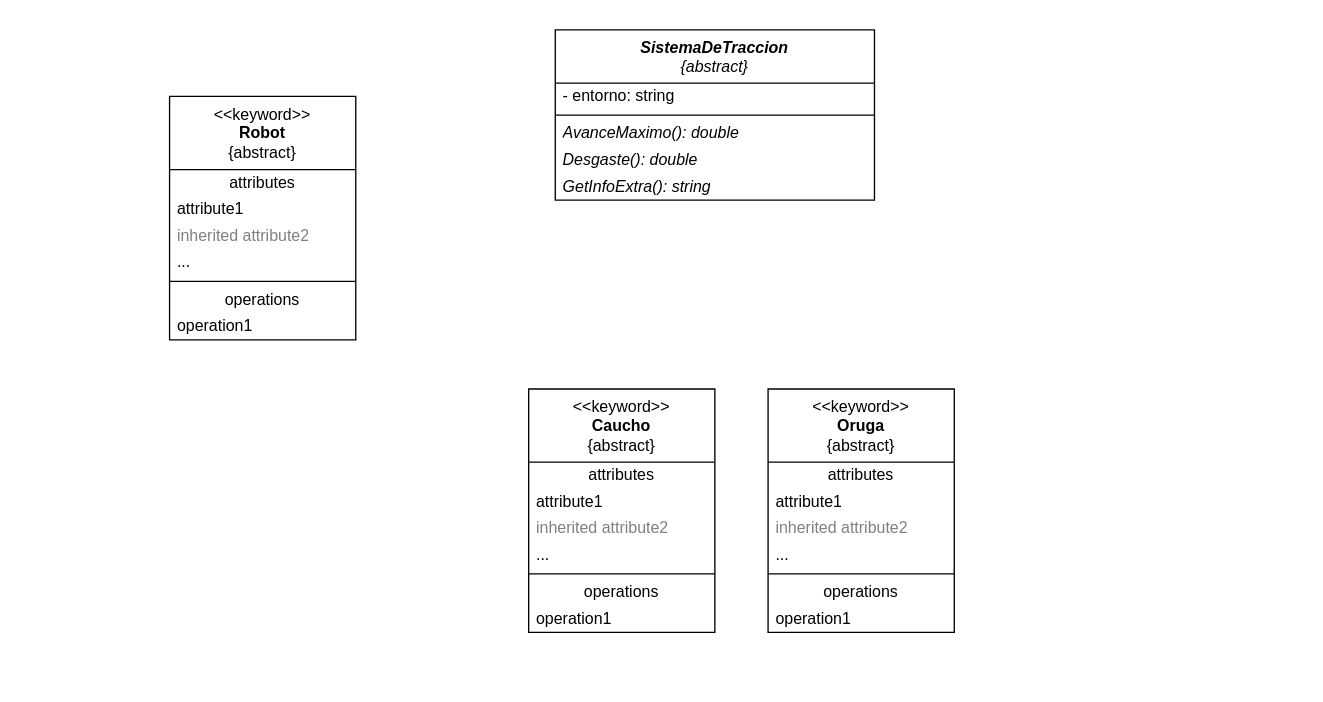
Above: src/Guia01/EJ13/01EJ13CS.dio in gastonjavierricchiardi/ejercicios-csharp-utn-2026 (draw.io), before the change. Source tidied: cells renumbered, new cells numbered last; positions are measured from the earlier drawing's top-left corner, leaving out a move shared by most shapes. Both pictures are drawn from the tidied source at 133%, with x=0, y=0 at pixel (169, 29).
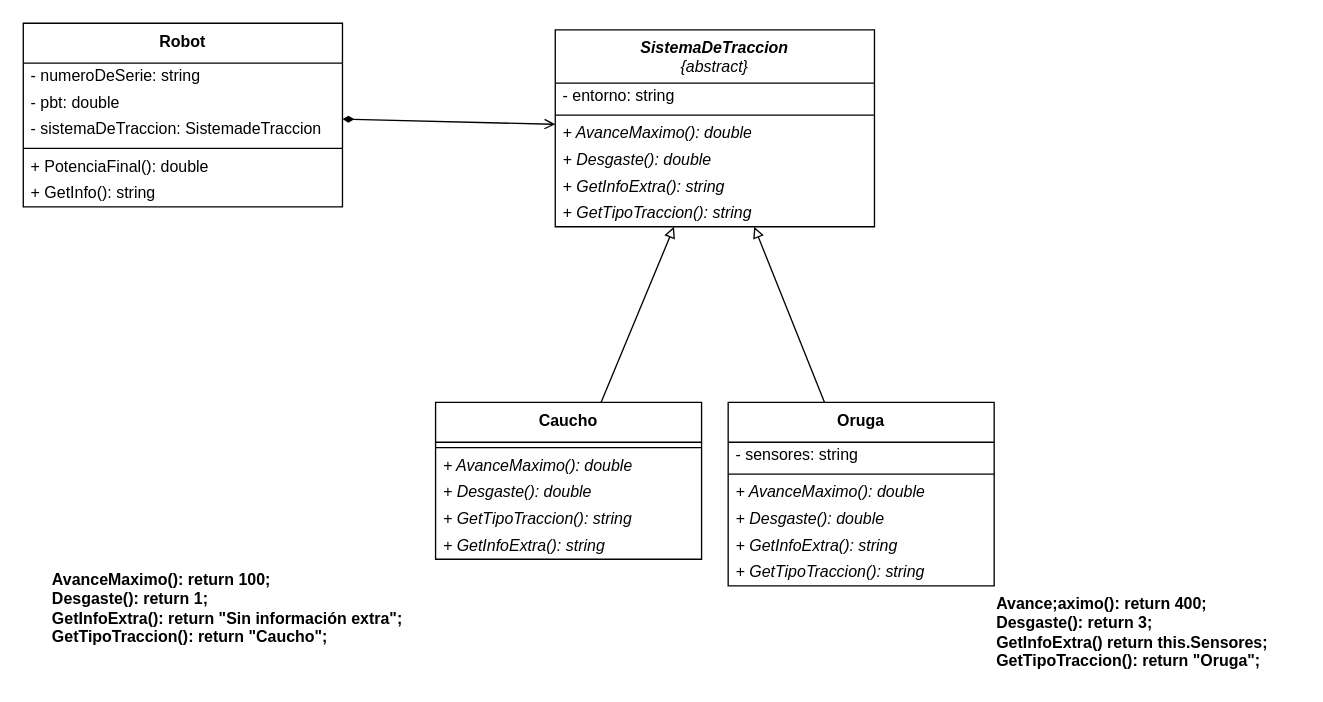
The same diagram, later.

Change to the diagram source:
```diff
@@
     <mxCell id="2" value="&lt;i&gt;&lt;b&gt;SistemaDeTraccion&lt;/b&gt;&lt;br&gt;{abstract}&lt;/i&gt;" style="swimlane;fontStyle=0;align=center;verticalAlign=top;horizontal=1;startSize=40;html=1;whiteSpace=wrap;" parent="1" vertex="1">
-      <mxGeometry x="290" width="240" height="128" as="geometry" />
+      <mxGeometry x="290" width="240" height="148" as="geometry" />
     </mxCell>
@@
-    <mxCell id="5" value="AvanceMaximo(): double" style="text;html=1;strokeColor=none;fillColor=none;align=left;verticalAlign=middle;spacingLeft=4;spacingRight=4;overflow=hidden;whiteSpace=wrap;fontStyle=2;" parent="2" vertex="1">
+    <mxCell id="5" value="+ AvanceMaximo(): double" style="text;html=1;strokeColor=none;fillColor=none;align=left;verticalAlign=middle;spacingLeft=4;spacingRight=4;overflow=hidden;whiteSpace=wrap;fontStyle=2;" parent="2" vertex="1">
       <mxGeometry y="68" width="240" height="20" as="geometry" />
     </mxCell>
-    <mxCell id="6" value="Desgaste(): double" style="text;html=1;strokeColor=none;fillColor=none;align=left;verticalAlign=middle;spacingLeft=4;spacingRight=4;overflow=hidden;whiteSpace=wrap;fontStyle=2;" parent="2" vertex="1">
+    <mxCell id="6" value="+ Desgaste(): double" style="text;html=1;strokeColor=none;fillColor=none;align=left;verticalAlign=middle;spacingLeft=4;spacingRight=4;overflow=hidden;whiteSpace=wrap;fontStyle=2;" parent="2" vertex="1">
       <mxGeometry y="88" width="240" height="20" as="geometry" />
     </mxCell>
-    <mxCell id="7" value="GetInfoExtra(): string" style="text;html=1;strokeColor=none;fillColor=none;align=left;verticalAlign=middle;spacingLeft=4;spacingRight=4;overflow=hidden;whiteSpace=wrap;fontStyle=2;" parent="2" vertex="1">
+    <mxCell id="7" value="+ GetInfoExtra(): string" style="text;html=1;strokeColor=none;fillColor=none;align=left;verticalAlign=middle;spacingLeft=4;spacingRight=4;overflow=hidden;whiteSpace=wrap;fontStyle=2;" parent="2" vertex="1">
       <mxGeometry y="108" width="240" height="20" as="geometry" />
     </mxCell>
+    <mxCell id="32" value="+ GetTipoTraccion(): string" style="text;html=1;strokeColor=none;fillColor=none;align=left;verticalAlign=middle;spacingLeft=4;spacingRight=4;overflow=hidden;whiteSpace=wrap;fontStyle=2;" parent="2" vertex="1">
+      <mxGeometry y="128" width="240" height="20" as="geometry" />
+    </mxCell>
+    <mxCell id="33" style="edgeStyle=none;html=1;endArrow=block;endFill=0;" parent="1" edge="1" source="8" target="2">
+      <mxGeometry relative="1" as="geometry" />
+    </mxCell>
-    <mxCell id="8" value="&amp;lt;&amp;lt;keyword&amp;gt;&amp;gt;&lt;br&gt;&lt;b&gt;Caucho&lt;/b&gt;&lt;br&gt;{abstract}" style="swimlane;fontStyle=0;align=center;verticalAlign=top;horizontal=1;startSize=55;html=1;whiteSpace=wrap;" parent="1" vertex="1">
-      <mxGeometry x="270" y="270" width="140" height="183" as="geometry" />
+    <mxCell id="8" value="&lt;b&gt;Caucho&lt;/b&gt;" style="swimlane;fontStyle=0;align=center;verticalAlign=top;horizontal=1;startSize=30;html=1;whiteSpace=wrap;" parent="1" vertex="1">
+      <mxGeometry x="200" y="280" width="200" height="118" as="geometry" />
     </mxCell>
-    <mxCell id="9" value="attributes" style="text;html=1;strokeColor=none;fillColor=none;align=center;verticalAlign=middle;spacingLeft=4;spacingRight=4;overflow=hidden;whiteSpace=wrap;" parent="8" vertex="1">
-      <mxGeometry y="55" width="140" height="20" as="geometry" />
-    </mxCell>
-    <mxCell id="10" value="attribute1" style="text;html=1;strokeColor=none;fillColor=none;align=left;verticalAlign=middle;spacingLeft=4;spacingRight=4;overflow=hidden;whiteSpace=wrap;" parent="8" vertex="1">
-      <mxGeometry y="75" width="140" height="20" as="geometry" />
-    </mxCell>
-    <mxCell id="11" value="inherited attribute2" style="text;html=1;strokeColor=none;fillColor=none;align=left;verticalAlign=middle;spacingLeft=4;spacingRight=4;overflow=hidden;fontColor=#808080;whiteSpace=wrap;" parent="8" vertex="1">
-      <mxGeometry y="95" width="140" height="20" as="geometry" />
-    </mxCell>
-    <mxCell id="12" value="..." style="text;html=1;strokeColor=none;fillColor=none;align=left;verticalAlign=middle;spacingLeft=4;spacingRight=4;overflow=hidden;whiteSpace=wrap;" parent="8" vertex="1">
-      <mxGeometry y="115" width="140" height="20" as="geometry" />
-    </mxCell>
     <mxCell id="13" style="line;strokeWidth=1;fillColor=none;align=left;verticalAlign=middle;spacingTop=-1;spacingLeft=3;spacingRight=3;labelPosition=right;" parent="8" vertex="1">
-      <mxGeometry y="135" width="140" height="8" as="geometry" />
+      <mxGeometry y="30" width="200" height="8" as="geometry" />
     </mxCell>
-    <mxCell id="14" value="operations" style="text;html=1;strokeColor=none;fillColor=none;align=center;verticalAlign=middle;spacingLeft=4;spacingRight=4;overflow=hidden;whiteSpace=wrap;" parent="8" vertex="1">
-      <mxGeometry y="143" width="140" height="20" as="geometry" />
-    </mxCell>
-    <mxCell id="15" value="operation1" style="text;html=1;strokeColor=none;fillColor=none;align=left;verticalAlign=middle;spacingLeft=4;spacingRight=4;overflow=hidden;whiteSpace=wrap;" parent="8" vertex="1">
-      <mxGeometry y="163" width="140" height="20" as="geometry" />
-    </mxCell>
+    <mxCell id="34" value="+ AvanceMaximo(): double" style="text;html=1;strokeColor=none;fillColor=none;align=left;verticalAlign=middle;spacingLeft=4;spacingRight=4;overflow=hidden;whiteSpace=wrap;fontStyle=2;" parent="8" vertex="1">
+      <mxGeometry y="38" width="200" height="20" as="geometry" />
+    </mxCell>
+    <mxCell id="35" value="+ Desgaste(): double" style="text;html=1;strokeColor=none;fillColor=none;align=left;verticalAlign=middle;spacingLeft=4;spacingRight=4;overflow=hidden;whiteSpace=wrap;fontStyle=2;" parent="8" vertex="1">
+      <mxGeometry y="58" width="200" height="20" as="geometry" />
+    </mxCell>
+    <mxCell id="36" value="+ GetTipoTraccion(): string" style="text;html=1;strokeColor=none;fillColor=none;align=left;verticalAlign=middle;spacingLeft=4;spacingRight=4;overflow=hidden;whiteSpace=wrap;fontStyle=2;" parent="8" vertex="1">
+      <mxGeometry y="78" width="200" height="20" as="geometry" />
+    </mxCell>
+    <mxCell id="37" value="+ GetInfoExtra(): string" style="text;html=1;strokeColor=none;fillColor=none;align=left;verticalAlign=middle;spacingLeft=4;spacingRight=4;overflow=hidden;whiteSpace=wrap;fontStyle=2;" parent="8" vertex="1">
+      <mxGeometry y="98" width="200" height="20" as="geometry" />
+    </mxCell>
+    <mxCell id="38" style="edgeStyle=none;html=1;endArrow=block;endFill=0;" parent="1" edge="1" source="16" target="2">
+      <mxGeometry relative="1" as="geometry" />
+    </mxCell>
-    <mxCell id="16" value="&amp;lt;&amp;lt;keyword&amp;gt;&amp;gt;&lt;br&gt;&lt;b&gt;Oruga&lt;/b&gt;&lt;div&gt;{abstract}&lt;/div&gt;" style="swimlane;fontStyle=0;align=center;verticalAlign=top;horizontal=1;startSize=55;html=1;whiteSpace=wrap;" parent="1" vertex="1">
-      <mxGeometry x="450" y="270" width="140" height="183" as="geometry" />
+    <mxCell id="16" value="&lt;b&gt;Oruga&lt;/b&gt;" style="swimlane;fontStyle=0;align=center;verticalAlign=top;horizontal=1;startSize=30;html=1;whiteSpace=wrap;" parent="1" vertex="1">
+      <mxGeometry x="420" y="280" width="200" height="138" as="geometry" />
     </mxCell>
-    <mxCell id="17" value="attributes" style="text;html=1;strokeColor=none;fillColor=none;align=center;verticalAlign=middle;spacingLeft=4;spacingRight=4;overflow=hidden;whiteSpace=wrap;" parent="16" vertex="1">
-      <mxGeometry y="55" width="140" height="20" as="geometry" />
-    </mxCell>
-    <mxCell id="18" value="attribute1" style="text;html=1;strokeColor=none;fillColor=none;align=left;verticalAlign=middle;spacingLeft=4;spacingRight=4;overflow=hidden;whiteSpace=wrap;" parent="16" vertex="1">
-      <mxGeometry y="75" width="140" height="20" as="geometry" />
+    <mxCell id="18" value="- sensores: string" style="text;html=1;strokeColor=none;fillColor=none;align=left;verticalAlign=middle;spacingLeft=4;spacingRight=4;overflow=hidden;whiteSpace=wrap;" parent="16" vertex="1">
+      <mxGeometry y="30" width="200" height="20" as="geometry" />
     </mxCell>
-    <mxCell id="19" value="inherited attribute2" style="text;html=1;strokeColor=none;fillColor=none;align=left;verticalAlign=middle;spacingLeft=4;spacingRight=4;overflow=hidden;fontColor=#808080;whiteSpace=wrap;" parent="16" vertex="1">
-      <mxGeometry y="95" width="140" height="20" as="geometry" />
-    </mxCell>
-    <mxCell id="20" value="..." style="text;html=1;strokeColor=none;fillColor=none;align=left;verticalAlign=middle;spacingLeft=4;spacingRight=4;overflow=hidden;whiteSpace=wrap;" parent="16" vertex="1">
-      <mxGeometry y="115" width="140" height="20" as="geometry" />
-    </mxCell>
     <mxCell id="21" style="line;strokeWidth=1;fillColor=none;align=left;verticalAlign=middle;spacingTop=-1;spacingLeft=3;spacingRight=3;labelPosition=right;" parent="16" vertex="1">
-      <mxGeometry y="135" width="140" height="8" as="geometry" />
+      <mxGeometry y="50" width="200" height="8" as="geometry" />
     </mxCell>
-    <mxCell id="22" value="operations" style="text;html=1;strokeColor=none;fillColor=none;align=center;verticalAlign=middle;spacingLeft=4;spacingRight=4;overflow=hidden;whiteSpace=wrap;" parent="16" vertex="1">
-      <mxGeometry y="143" width="140" height="20" as="geometry" />
-    </mxCell>
-    <mxCell id="23" value="operation1" style="text;html=1;strokeColor=none;fillColor=none;align=left;verticalAlign=middle;spacingLeft=4;spacingRight=4;overflow=hidden;whiteSpace=wrap;" parent="16" vertex="1">
-      <mxGeometry y="163" width="140" height="20" as="geometry" />
-    </mxCell>
+    <mxCell id="39" value="+ AvanceMaximo(): double" style="text;html=1;strokeColor=none;fillColor=none;align=left;verticalAlign=middle;spacingLeft=4;spacingRight=4;overflow=hidden;whiteSpace=wrap;fontStyle=2;" parent="16" vertex="1">
+      <mxGeometry y="58" width="200" height="20" as="geometry" />
+    </mxCell>
+    <mxCell id="40" value="+ Desgaste(): double" style="text;html=1;strokeColor=none;fillColor=none;align=left;verticalAlign=middle;spacingLeft=4;spacingRight=4;overflow=hidden;whiteSpace=wrap;fontStyle=2;" parent="16" vertex="1">
+      <mxGeometry y="78" width="200" height="20" as="geometry" />
+    </mxCell>
+    <mxCell id="41" value="+ GetInfoExtra(): string" style="text;html=1;strokeColor=none;fillColor=none;align=left;verticalAlign=middle;spacingLeft=4;spacingRight=4;overflow=hidden;whiteSpace=wrap;fontStyle=2;" parent="16" vertex="1">
+      <mxGeometry y="98" width="200" height="20" as="geometry" />
+    </mxCell>
+    <mxCell id="42" value="+ GetTipoTraccion(): string" style="text;html=1;strokeColor=none;fillColor=none;align=left;verticalAlign=middle;spacingLeft=4;spacingRight=4;overflow=hidden;whiteSpace=wrap;fontStyle=2;" parent="16" vertex="1">
+      <mxGeometry y="118" width="200" height="20" as="geometry" />
+    </mxCell>
+    <mxCell id="43" style="edgeStyle=none;html=1;startArrow=diamondThin;startFill=1;endArrow=open;endFill=0;" parent="1" edge="1" source="24" target="2">
+      <mxGeometry relative="1" as="geometry" />
+    </mxCell>
-    <mxCell id="24" value="&amp;lt;&amp;lt;keyword&amp;gt;&amp;gt;&lt;br&gt;&lt;b&gt;Robot&lt;/b&gt;&lt;div&gt;{abstract}&lt;/div&gt;" style="swimlane;fontStyle=0;align=center;verticalAlign=top;horizontal=1;startSize=55;html=1;whiteSpace=wrap;" parent="1" vertex="1">
-      <mxGeometry y="50" width="140" height="183" as="geometry" />
+    <mxCell id="24" value="&lt;b&gt;Robot&lt;/b&gt;" style="swimlane;fontStyle=0;align=center;verticalAlign=top;horizontal=1;startSize=30;html=1;whiteSpace=wrap;" parent="1" vertex="1">
+      <mxGeometry x="-110" y="-5" width="240" height="138" as="geometry" />
     </mxCell>
-    <mxCell id="25" value="attributes" style="text;html=1;strokeColor=none;fillColor=none;align=center;verticalAlign=middle;spacingLeft=4;spacingRight=4;overflow=hidden;whiteSpace=wrap;" parent="24" vertex="1">
-      <mxGeometry y="55" width="140" height="20" as="geometry" />
-    </mxCell>
-    <mxCell id="26" value="attribute1" style="text;html=1;strokeColor=none;fillColor=none;align=left;verticalAlign=middle;spacingLeft=4;spacingRight=4;overflow=hidden;whiteSpace=wrap;" parent="24" vertex="1">
-      <mxGeometry y="75" width="140" height="20" as="geometry" />
+    <mxCell id="26" value="- numeroDeSerie: string" style="text;html=1;strokeColor=none;fillColor=none;align=left;verticalAlign=middle;spacingLeft=4;spacingRight=4;overflow=hidden;whiteSpace=wrap;" parent="24" vertex="1">
+      <mxGeometry y="30" width="240" height="20" as="geometry" />
     </mxCell>
-    <mxCell id="27" value="inherited attribute2" style="text;html=1;strokeColor=none;fillColor=none;align=left;verticalAlign=middle;spacingLeft=4;spacingRight=4;overflow=hidden;fontColor=#808080;whiteSpace=wrap;" parent="24" vertex="1">
-      <mxGeometry y="95" width="140" height="20" as="geometry" />
-    </mxCell>
-    <mxCell id="28" value="..." style="text;html=1;strokeColor=none;fillColor=none;align=left;verticalAlign=middle;spacingLeft=4;spacingRight=4;overflow=hidden;whiteSpace=wrap;" parent="24" vertex="1">
-      <mxGeometry y="115" width="140" height="20" as="geometry" />
-    </mxCell>
+    <mxCell id="44" value="- pbt: double" style="text;html=1;strokeColor=none;fillColor=none;align=left;verticalAlign=middle;spacingLeft=4;spacingRight=4;overflow=hidden;whiteSpace=wrap;" parent="24" vertex="1">
+      <mxGeometry y="50" width="240" height="20" as="geometry" />
+    </mxCell>
+    <mxCell id="45" value="- sistemaDeTraccion: SistemadeTraccion" style="text;html=1;strokeColor=none;fillColor=none;align=left;verticalAlign=middle;spacingLeft=4;spacingRight=4;overflow=hidden;whiteSpace=wrap;" parent="24" vertex="1">
+      <mxGeometry y="70" width="240" height="20" as="geometry" />
+    </mxCell>
     <mxCell id="29" style="line;strokeWidth=1;fillColor=none;align=left;verticalAlign=middle;spacingTop=-1;spacingLeft=3;spacingRight=3;labelPosition=right;" parent="24" vertex="1">
-      <mxGeometry y="135" width="140" height="8" as="geometry" />
+      <mxGeometry y="90" width="240" height="8" as="geometry" />
     </mxCell>
-    <mxCell id="30" value="operations" style="text;html=1;strokeColor=none;fillColor=none;align=center;verticalAlign=middle;spacingLeft=4;spacingRight=4;overflow=hidden;whiteSpace=wrap;" parent="24" vertex="1">
-      <mxGeometry y="143" width="140" height="20" as="geometry" />
-    </mxCell>
-    <mxCell id="31" value="operation1" style="text;html=1;strokeColor=none;fillColor=none;align=left;verticalAlign=middle;spacingLeft=4;spacingRight=4;overflow=hidden;whiteSpace=wrap;" parent="24" vertex="1">
-      <mxGeometry y="163" width="140" height="20" as="geometry" />
+    <mxCell id="31" value="+ PotenciaFinal(): double" style="text;html=1;strokeColor=none;fillColor=none;align=left;verticalAlign=middle;spacingLeft=4;spacingRight=4;overflow=hidden;whiteSpace=wrap;" parent="24" vertex="1">
+      <mxGeometry y="98" width="240" height="20" as="geometry" />
     </mxCell>
+    <mxCell id="46" value="+ GetInfo(): string" style="text;html=1;strokeColor=none;fillColor=none;align=left;verticalAlign=middle;spacingLeft=4;spacingRight=4;overflow=hidden;whiteSpace=wrap;" parent="24" vertex="1">
+      <mxGeometry y="118" width="240" height="20" as="geometry" />
+    </mxCell>
+    <mxCell id="47" value="&lt;b&gt;AvanceMaximo(): return 100;&lt;/b&gt;&lt;div&gt;&lt;b&gt;Desgaste(): return 1;&lt;/b&gt;&lt;/div&gt;&lt;div&gt;&lt;b&gt;GetInfoExtra(): return &quot;Sin información extra&quot;;&lt;/b&gt;&lt;/div&gt;&lt;div&gt;&lt;b&gt;GetTipoTraccion(): return &quot;Caucho&quot;;&lt;/b&gt;&lt;/div&gt;" style="text;html=1;align=left;verticalAlign=middle;strokeColor=none;fillColor=none;" parent="1" vertex="1">
+      <mxGeometry x="-90" y="400" width="290" height="70" as="geometry" />
+    </mxCell>
+    <mxCell id="48" value="&lt;b&gt;Avance;aximo(): return 400;&lt;/b&gt;&lt;div&gt;&lt;b&gt;Desgaste(): return 3;&lt;/b&gt;&lt;/div&gt;&lt;div&gt;&lt;b&gt;GetInfoExtra() return this.Sensores;&lt;/b&gt;&lt;/div&gt;&lt;div&gt;&lt;b&gt;GetTipoTraccion(): return &quot;Oruga&quot;;&lt;/b&gt;&lt;/div&gt;" style="text;html=1;align=left;verticalAlign=middle;strokeColor=none;fillColor=none;" parent="1" vertex="1">
+      <mxGeometry x="620" y="418" width="230" height="70" as="geometry" />
+    </mxCell>
```
